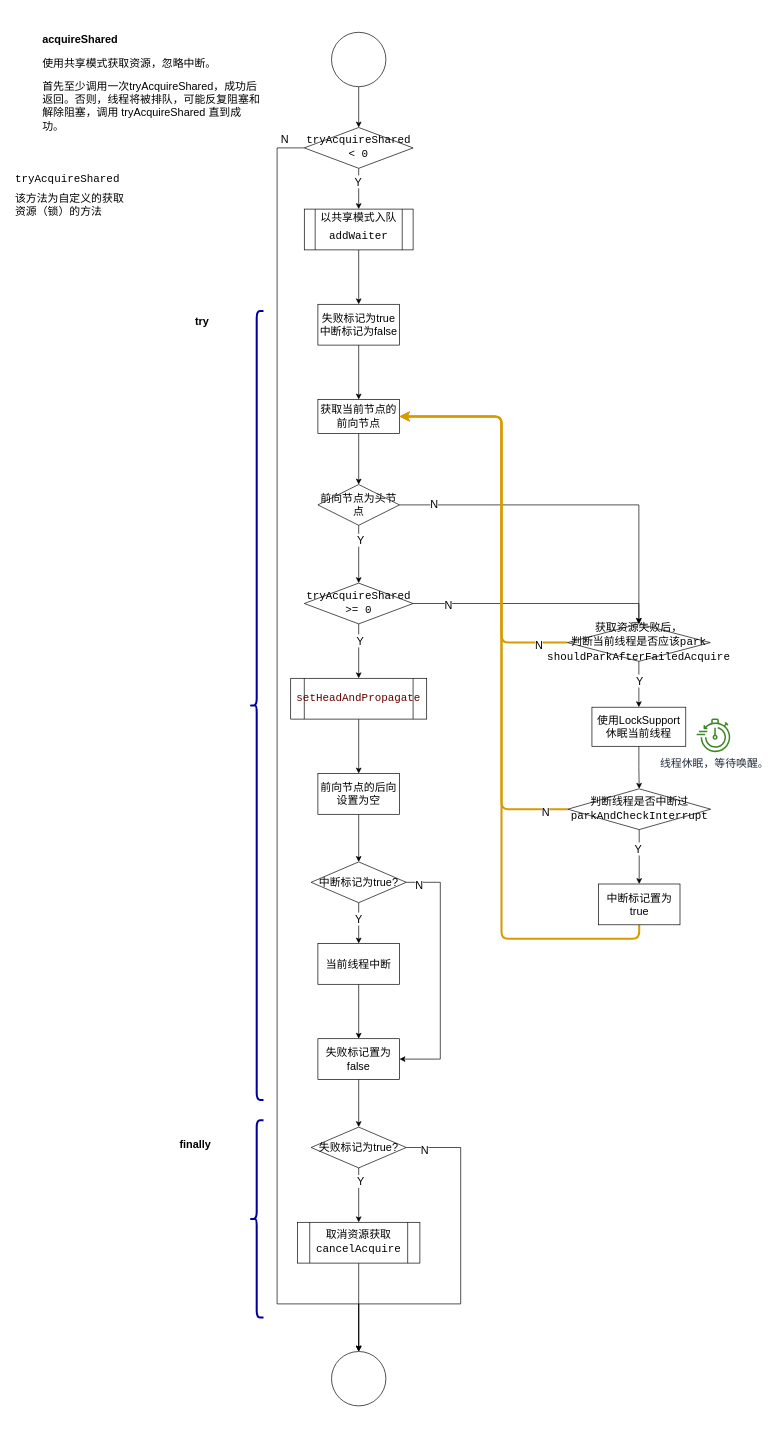
The draw.io diagram page "acquireShared" (2 of 10) of src/drawio/aqs/aqs.drawio in NikolaZhang/NikolaZhang.github.io, before the edit. Source tidied: cells renumbered, new cells numbered last; positions are measured from the earlier drawing's top-left corner, leaving out a move shared by most shapes. Both pictures are drawn from the tidied source at 68%, with x=0, y=0 at pixel (12, 32).
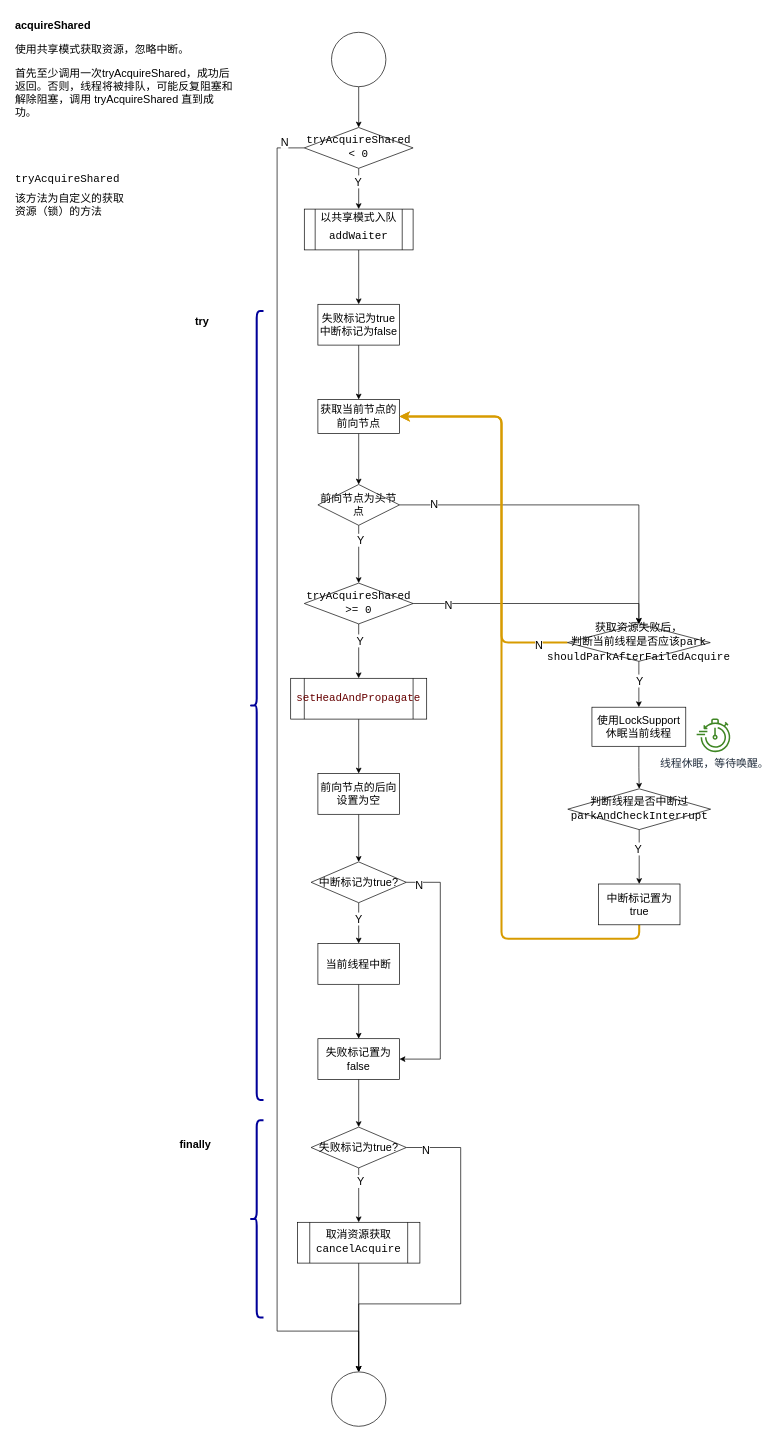
After the change.

Unchanged cells that the change refers to:
```xml
<mxCell id="8" value="&lt;div style=&quot;line-height: 20%; font-size: 16px;&quot;&gt;&lt;pre style=&quot;font-family: &amp;quot;Fira Code Medium&amp;quot;, monospace; font-size: 16px; line-height: 20%;&quot;&gt;tryAcquireShared&lt;/pre&gt;&lt;pre style=&quot;font-family: &amp;quot;Fira Code Medium&amp;quot;, monospace; font-size: 16px; line-height: 20%;&quot;&gt;&amp;lt; 0&lt;/pre&gt;&lt;/div&gt;" style="rhombus;whiteSpace=wrap;html=1;fontSize=16;" parent="1" vertex="1">
  <mxGeometry x="430" y="140" width="160" height="60" as="geometry" />
</mxCell>
<mxCell id="17" value="获取当前节点的前向节点" style="whiteSpace=wrap;html=1;fontSize=16;" parent="1" vertex="1">
  <mxGeometry x="450" y="540" width="120" height="50" as="geometry" />
</mxCell>
<mxCell id="51" value="&lt;div style=&quot;line-height: 20%; font-size: 16px;&quot;&gt;&lt;pre style=&quot;font-family: &amp;quot;Fira Code Medium&amp;quot;, monospace; font-size: 16px; line-height: 20%;&quot;&gt;判断线程是否中断过&lt;/pre&gt;&lt;pre style=&quot;font-family: &amp;quot;Fira Code Medium&amp;quot;, monospace; font-size: 16px; line-height: 20%;&quot;&gt;&lt;pre style=&quot;border-color: var(--border-color); text-align: left; font-family: &amp;quot;Fira Code Medium&amp;quot;, monospace; line-height: 3.2px; font-size: 16px;&quot;&gt;parkAndCheckInterrupt&lt;/pre&gt;&lt;/pre&gt;&lt;/div&gt;" style="shape=rhombus;whiteSpace=wrap;html=1;backgroundOutline=1;rounded=0;strokeColor=default;align=center;verticalAlign=middle;fontFamily=Helvetica;fontSize=16;fontColor=default;fillColor=default;perimeter=rhombusPerimeter;" parent="1" vertex="1">
  <mxGeometry x="817.5" y="1112.5" width="210" height="60" as="geometry" />
</mxCell>
```

What changed in the source:
```diff
@@
     <mxCell id="6" style="edgeStyle=orthogonalEdgeStyle;rounded=0;jettySize=auto;html=1;exitX=0;exitY=0.5;exitDx=0;exitDy=0;entryX=0.5;entryY=0;entryDx=0;entryDy=0;fontSize=16;" parent="1" edge="1" source="8" target="42">
       <mxGeometry relative="1" as="geometry">
         <Array as="points">
           <mxPoint x="390" y="170" />
-          <mxPoint x="390" y="1870" />
-          <mxPoint x="510" y="1870" />
+          <mxPoint x="390" y="1910" />
+          <mxPoint x="510" y="1910" />
         </Array>
       </mxGeometry>
     </mxCell>
@@
     <mxCell id="9" value="&lt;h1 style=&quot;font-size: 16px;&quot;&gt;acquireShared&lt;/h1&gt;&lt;p style=&quot;font-size: 16px;&quot;&gt;使用共享模式获取资源，忽略中断。&lt;/p&gt;&lt;p style=&quot;font-size: 16px;&quot;&gt;首先至少调用一次tryAcquireShared，成功后返回。否则，线程将被排队，可能反复阻塞和解除阻塞，调用 tryAcquireShared 直到成功。&lt;/p&gt;" style="text;html=1;spacing=5;spacingTop=-20;whiteSpace=wrap;overflow=hidden;rounded=0;fontSize=16;" parent="1" vertex="1">
-      <mxGeometry x="40" width="330" height="150" as="geometry" />
+      <mxGeometry y="-20" width="330" height="150" as="geometry" />
     </mxCell>
@@
     <mxCell id="42" style="ellipse;whiteSpace=wrap;html=1;fontSize=16;" parent="1" vertex="1">
-      <mxGeometry x="470" y="1940" width="80" height="80" as="geometry" />
+      <mxGeometry x="470" y="1970" width="80" height="80" as="geometry" />
     </mxCell>
@@
-    <mxCell id="49" style="edgeStyle=orthogonalEdgeStyle;rounded=1;jettySize=auto;html=1;exitX=0;exitY=0.5;exitDx=0;exitDy=0;strokeColor=#D79B00;strokeWidth=3;entryX=1;entryY=0.5;entryDx=0;entryDy=0;" parent="1" edge="1" source="51" target="17">
-      <mxGeometry relative="1" as="geometry">
-        <Array as="points">
-          <mxPoint x="720" y="1143" />
-          <mxPoint x="720" y="565" />
-        </Array>
-      </mxGeometry>
-    </mxCell>
-    <mxCell id="50" value="N" style="edgeLabel;html=1;align=center;verticalAlign=middle;fontSize=16;" parent="49" vertex="1">
-      <mxGeometry x="-0.92" y="4" relative="1" as="geometry" />
-    </mxCell>
```
